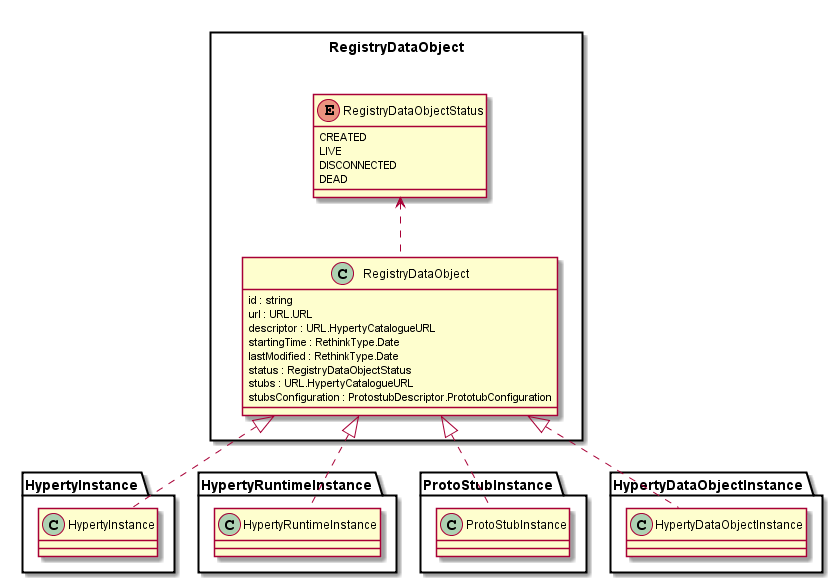
This is docs/datamodel/Registry-Data-Object.png from reTHINK-project/dev-service-framework, a PlantUML export, as it was before one commit.
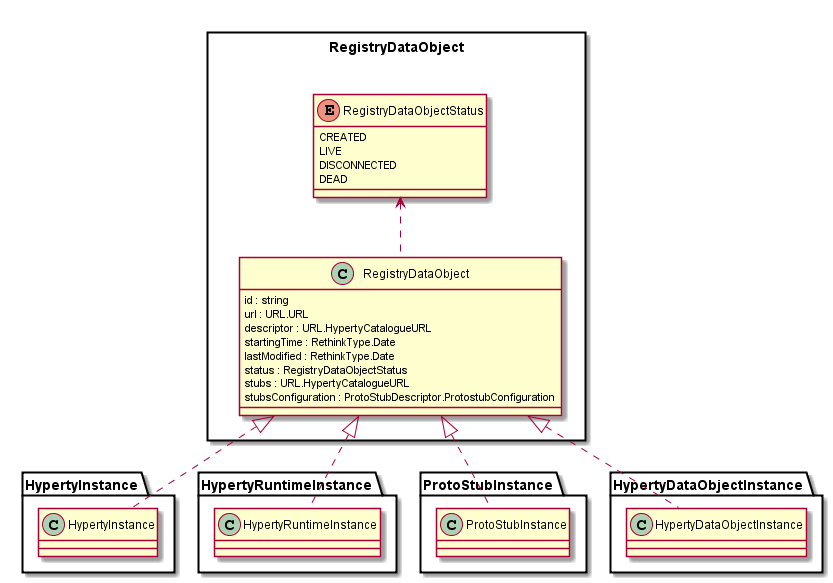
Above is the later version.

What changed in the source:
```diff
@@ -10,7 +10,7 @@
 		lastModified : RethinkType.Date
 		status : RegistryDataObjectStatus
 		stubs : URL.HypertyCatalogueURL
-		stubsConfiguration : ProtostubDescriptor.PrototubConfiguration
+		stubsConfiguration : ProtoStubDescriptor.ProtostubConfiguration
 	}
 
 	enum RegistryDataObjectStatus {
```
